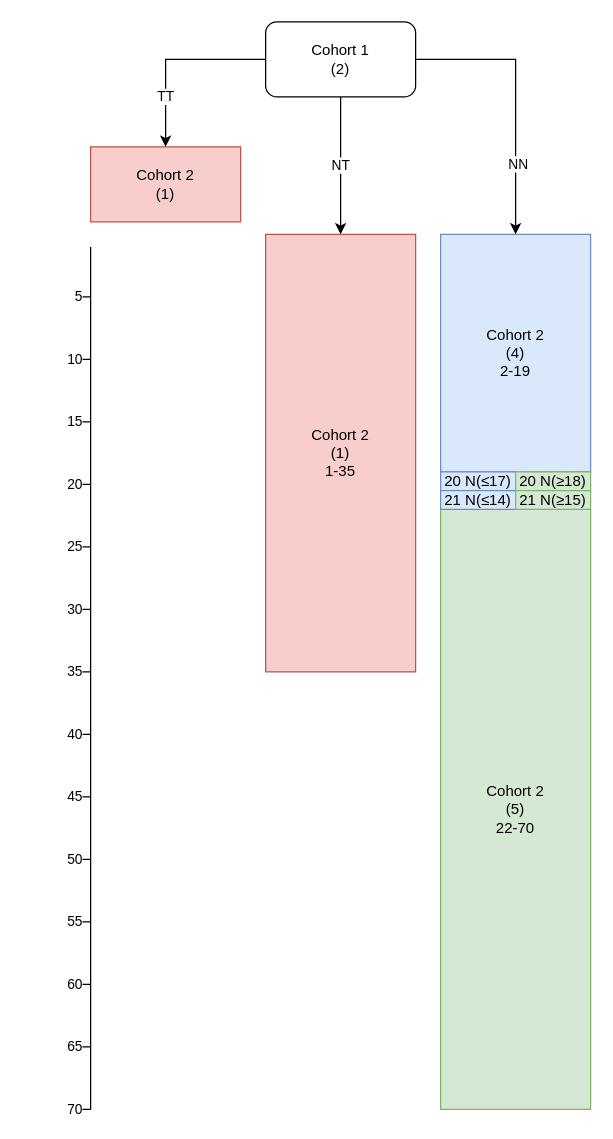
This is Thesis/Figures/TITE-DTP-cohort2Flow.drawio from A-mit-Patel/PhD, a draw.io file, before an edit. Source tidied: cells renumbered, new cells numbered last; positions are measured from the earlier drawing's top-left corner, leaving out a move shared by most shapes. Both pictures are drawn from the tidied source at 125%, with x=0, y=0 at pixel (78, 21).
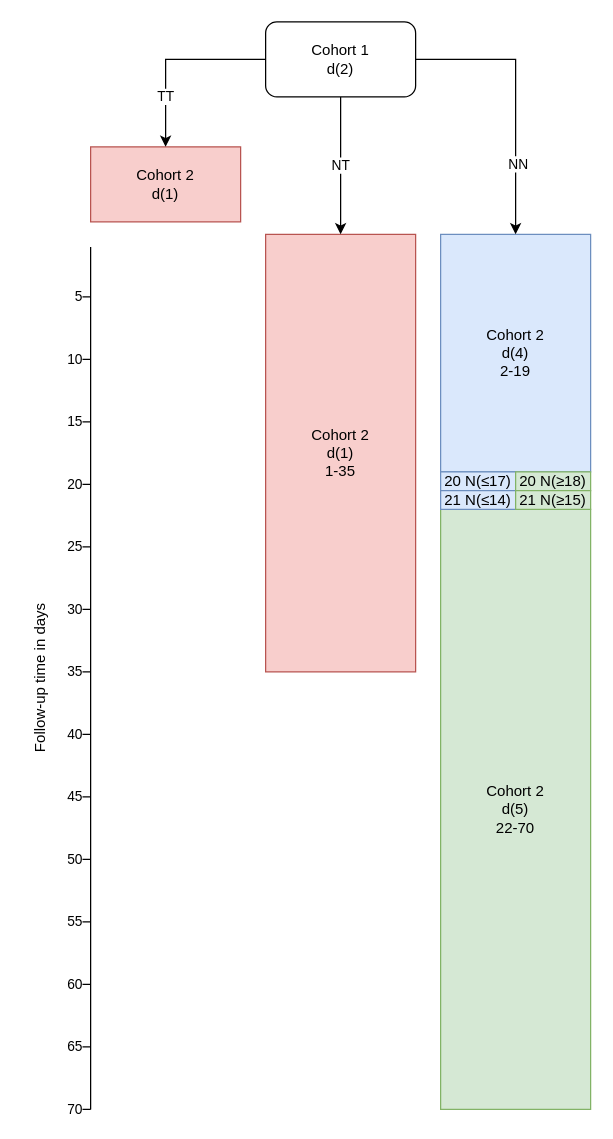
The same page after the edit.

What changed in the source:
```diff
@@
-    <mxCell id="2" value="Cohort 1&lt;br&gt;(2)" style="rounded=1;whiteSpace=wrap;html=1;" parent="1" vertex="1">
+    <mxCell id="2" value="Cohort 1&lt;br&gt;d(2)" style="rounded=1;whiteSpace=wrap;html=1;" parent="1" vertex="1">
       <mxGeometry x="150" width="120" height="60" as="geometry" />
     </mxCell>
@@
-    <mxCell id="10" value="Cohort 2&lt;br style=&quot;border-color: var(--border-color);&quot;&gt;(1)" style="rounded=0;whiteSpace=wrap;html=1;fillColor=#f8cecc;strokeColor=#b85450;" parent="1" vertex="1">
+    <mxCell id="10" value="Cohort 2&lt;br style=&quot;border-color: var(--border-color);&quot;&gt;d(1)" style="rounded=0;whiteSpace=wrap;html=1;fillColor=#f8cecc;strokeColor=#b85450;" parent="1" vertex="1">
       <mxGeometry x="10" y="100" width="120" height="60" as="geometry" />
     </mxCell>
-    <mxCell id="11" value="Cohort 2&lt;br&gt;(1)&lt;br&gt;1-35" style="rounded=0;whiteSpace=wrap;html=1;fillColor=#f8cecc;strokeColor=#b85450;" parent="1" vertex="1">
+    <mxCell id="11" value="Cohort 2&lt;br&gt;d(1)&lt;br&gt;1-35" style="rounded=0;whiteSpace=wrap;html=1;fillColor=#f8cecc;strokeColor=#b85450;" parent="1" vertex="1">
       <mxGeometry x="150" y="170" width="120" height="350" as="geometry" />
     </mxCell>
-    <mxCell id="12" value="Cohort 2&lt;br&gt;(5)&lt;br&gt;22-70" style="rounded=0;whiteSpace=wrap;html=1;fillColor=#d5e8d4;strokeColor=#82b366;" parent="1" vertex="1">
+    <mxCell id="12" value="Cohort 2&lt;br&gt;d(5)&lt;br&gt;22-70" style="rounded=0;whiteSpace=wrap;html=1;fillColor=#d5e8d4;strokeColor=#82b366;" parent="1" vertex="1">
       <mxGeometry x="290" y="390" width="120" height="480" as="geometry" />
     </mxCell>
-    <mxCell id="13" value="Cohort 2&lt;br&gt;(4)&lt;br&gt;2-19" style="rounded=0;whiteSpace=wrap;html=1;fillColor=#dae8fc;strokeColor=#6c8ebf;" parent="1" vertex="1">
+    <mxCell id="13" value="Cohort 2&lt;br&gt;d(4)&lt;br&gt;2-19" style="rounded=0;whiteSpace=wrap;html=1;fillColor=#dae8fc;strokeColor=#6c8ebf;" parent="1" vertex="1">
       <mxGeometry x="290" y="170" width="120" height="190" as="geometry" />
     </mxCell>
@@
+    <mxCell id="30" value="Follow-up time in days" style="text;html=1;align=center;verticalAlign=middle;whiteSpace=wrap;rounded=0;rotation=-90;" parent="1" vertex="1">
+      <mxGeometry x="-120" y="510" width="180" height="30" as="geometry" />
+    </mxCell>
```
